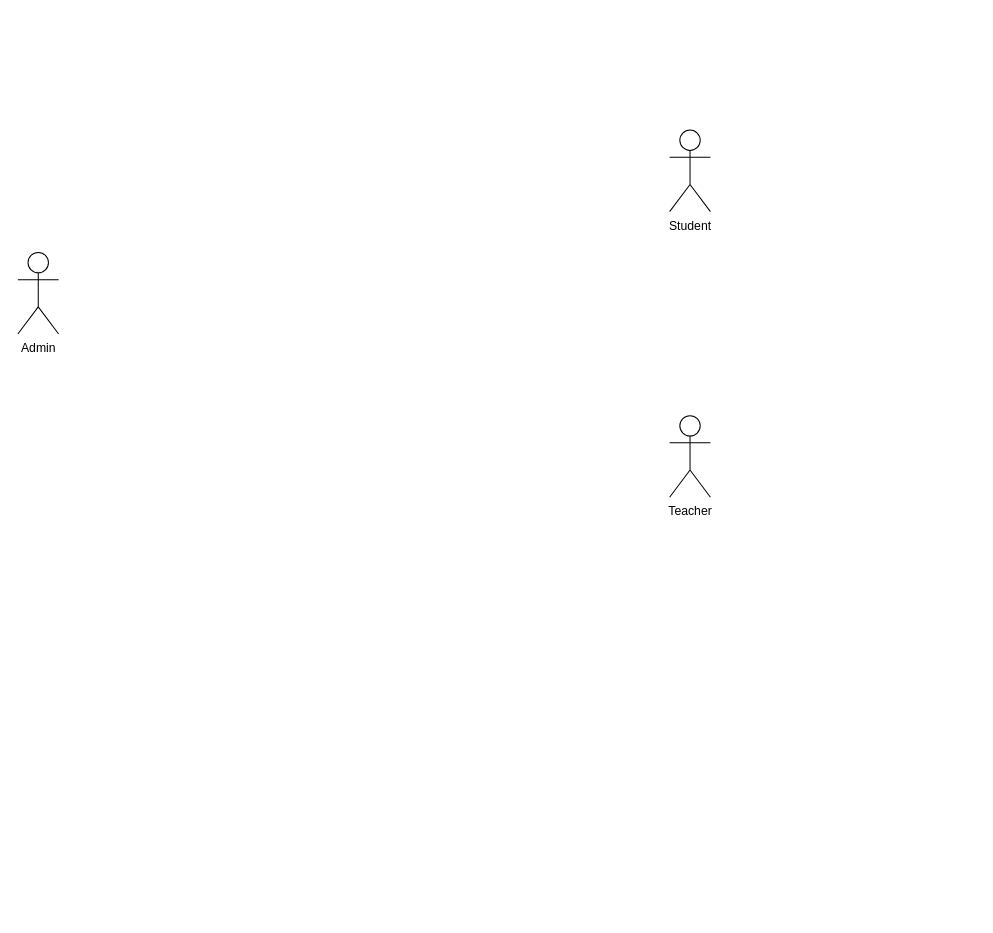
This is UseCase.drawio from Dulara-Akalanka/Group-Software-Project, a draw.io file, before an edit. Source tidied: cells renumbered, new cells numbered last; positions are measured from the earlier drawing's top-left corner, leaving out a move shared by most shapes. Both pictures are drawn from the tidied source at 102%, with x=0, y=0 at pixel (17, 130).
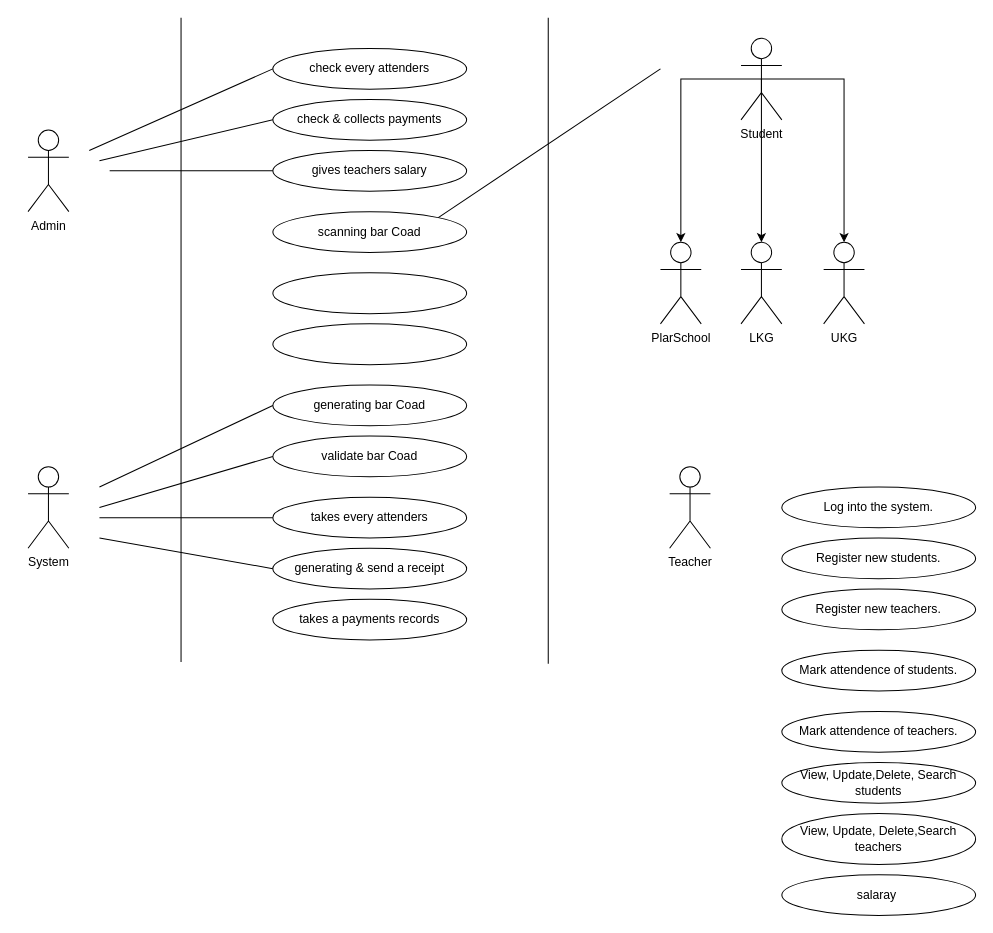
After the change.

What changed in the source:
```diff
@@
     <mxCell id="2" value="Admin" style="shape=umlActor;verticalLabelPosition=bottom;verticalAlign=top;html=1;" parent="1" vertex="1">
-      <mxGeometry y="120" width="40" height="80" as="geometry" />
+      <mxGeometry x="10" width="40" height="80" as="geometry" />
     </mxCell>
     <mxCell id="3" value="Teacher" style="shape=umlActor;verticalLabelPosition=bottom;verticalAlign=top;html=1;" parent="1" vertex="1">
-      <mxGeometry x="639" y="280" width="40" height="80" as="geometry" />
+      <mxGeometry x="639" y="330" width="40" height="80" as="geometry" />
     </mxCell>
+    <mxCell id="5" value="check every attenders" style="ellipse;whiteSpace=wrap;html=1;" parent="1" vertex="1">
+      <mxGeometry x="250" y="-80" width="190" height="40" as="geometry" />
+    </mxCell>
+    <mxCell id="6" value="check &amp;amp; collects payments" style="ellipse;whiteSpace=wrap;html=1;" parent="1" vertex="1">
+      <mxGeometry x="250" y="-30" width="190" height="40" as="geometry" />
+    </mxCell>
+    <mxCell id="7" value="gives teachers salary" style="ellipse;whiteSpace=wrap;html=1;" parent="1" vertex="1">
+      <mxGeometry x="250" y="20" width="190" height="40" as="geometry" />
+    </mxCell>
+    <mxCell id="8" value="scanning bar Coad" style="ellipse;whiteSpace=wrap;html=1;" parent="1" vertex="1">
+      <mxGeometry x="250" y="80" width="190" height="40" as="geometry" />
+    </mxCell>
+    <mxCell id="9" style="ellipse;whiteSpace=wrap;html=1;" parent="1" vertex="1">
+      <mxGeometry x="250" y="140" width="190" height="40" as="geometry" />
+    </mxCell>
+    <mxCell id="10" style="ellipse;whiteSpace=wrap;html=1;" parent="1" vertex="1">
+      <mxGeometry x="250" y="190" width="190" height="40" as="geometry" />
+    </mxCell>
+    <mxCell id="11" value="generating bar Coad" style="ellipse;whiteSpace=wrap;html=1;" parent="1" vertex="1">
+      <mxGeometry x="250" y="250" width="190" height="40" as="geometry" />
+    </mxCell>
+    <mxCell id="12" value="validate bar Coad" style="ellipse;whiteSpace=wrap;html=1;" parent="1" vertex="1">
+      <mxGeometry x="250" y="300" width="190" height="40" as="geometry" />
+    </mxCell>
+    <mxCell id="13" value="takes every attenders" style="ellipse;whiteSpace=wrap;html=1;" parent="1" vertex="1">
+      <mxGeometry x="250" y="360" width="190" height="40" as="geometry" />
+    </mxCell>
+    <mxCell id="14" value="System" style="shape=umlActor;verticalLabelPosition=bottom;verticalAlign=top;html=1;" parent="1" vertex="1">
+      <mxGeometry x="10" y="330" width="40" height="80" as="geometry" />
+    </mxCell>
+    <mxCell id="15" value="generating &amp;amp; send a receipt" style="ellipse;whiteSpace=wrap;html=1;" parent="1" vertex="1">
+      <mxGeometry x="250" y="410" width="190" height="40" as="geometry" />
+    </mxCell>
+    <mxCell id="16" style="endArrow=none;html=1;rounded=0;" parent="1" edge="1">
+      <mxGeometry relative="1" as="geometry">
+        <mxPoint x="160" y="521.6" as="sourcePoint" />
+        <mxPoint x="160" y="-110" as="targetPoint" />
+      </mxGeometry>
+    </mxCell>
+    <mxCell id="17" style="endArrow=none;html=1;rounded=0;" parent="1" edge="1">
+      <mxGeometry relative="1" as="geometry">
+        <mxPoint x="520" y="523.2" as="sourcePoint" />
+        <mxPoint x="520" y="-110" as="targetPoint" />
+      </mxGeometry>
+    </mxCell>
+    <mxCell id="18" style="endArrow=none;html=1;rounded=0;entryX=0;entryY=0.5;entryDx=0;entryDy=0;" parent="1" edge="1" target="11">
+      <mxGeometry relative="1" as="geometry">
+        <mxPoint x="80" y="350" as="sourcePoint" />
+      </mxGeometry>
+    </mxCell>
+    <mxCell id="19" style="endArrow=none;html=1;rounded=0;entryX=0;entryY=0.5;entryDx=0;entryDy=0;" parent="1" edge="1" target="15">
+      <mxGeometry relative="1" as="geometry">
+        <mxPoint x="80" y="400" as="sourcePoint" />
+      </mxGeometry>
+    </mxCell>
+    <mxCell id="20" style="endArrow=none;html=1;rounded=0;entryX=0;entryY=0.5;entryDx=0;entryDy=0;" parent="1" edge="1" target="5">
+      <mxGeometry relative="1" as="geometry">
+        <mxPoint x="70" y="20" as="sourcePoint" />
+      </mxGeometry>
+    </mxCell>
+    <mxCell id="21" style="endArrow=none;html=1;rounded=0;entryX=0;entryY=0.5;entryDx=0;entryDy=0;" parent="1" edge="1" target="6">
+      <mxGeometry relative="1" as="geometry">
+        <mxPoint x="80" y="30" as="sourcePoint" />
+      </mxGeometry>
+    </mxCell>
+    <mxCell id="22" style="endArrow=none;html=1;rounded=0;entryX=0;entryY=0.5;entryDx=0;entryDy=0;" parent="1" edge="1" target="7">
+      <mxGeometry relative="1" as="geometry">
+        <mxPoint x="90" y="40" as="sourcePoint" />
+      </mxGeometry>
+    </mxCell>
+    <mxCell id="23" style="endArrow=none;html=1;rounded=0;entryX=0;entryY=0.5;entryDx=0;entryDy=0;" parent="1" edge="1" target="12">
+      <mxGeometry relative="1" as="geometry">
+        <mxPoint x="80" y="370" as="sourcePoint" />
+      </mxGeometry>
+    </mxCell>
+    <mxCell id="24" style="endArrow=none;html=1;rounded=0;entryX=0;entryY=0.5;entryDx=0;entryDy=0;" parent="1" edge="1" target="13">
+      <mxGeometry relative="1" as="geometry">
+        <mxPoint x="80" y="380" as="sourcePoint" />
+      </mxGeometry>
+    </mxCell>
+    <mxCell id="25" style="endArrow=none;html=1;rounded=0;exitX=1;exitY=0;exitDx=0;exitDy=0;" parent="1" edge="1" source="8">
+      <mxGeometry relative="1" as="geometry">
+        <mxPoint x="630" y="-60" as="targetPoint" />
+      </mxGeometry>
+    </mxCell>
+    <mxCell id="26" value="takes a payments records" style="ellipse;whiteSpace=wrap;html=1;" parent="1" vertex="1">
+      <mxGeometry x="250" y="460" width="190" height="40" as="geometry" />
+    </mxCell>
+    <mxCell id="27" style="edgeStyle=orthogonalEdgeStyle;rounded=0;jettySize=auto;html=1;exitX=0.5;exitY=0.5;exitDx=0;exitDy=0;exitPerimeter=0;entryX=0.5;entryY=0;entryDx=0;entryDy=0;entryPerimeter=0;" parent="1" edge="1" source="4" target="30">
+      <mxGeometry relative="1" as="geometry" />
+    </mxCell>
+    <mxCell id="28" style="edgeStyle=orthogonalEdgeStyle;rounded=0;jettySize=auto;html=1;exitX=0.5;exitY=0.5;exitDx=0;exitDy=0;exitPerimeter=0;entryX=0.5;entryY=0;entryDx=0;entryDy=0;entryPerimeter=0;" parent="1" edge="1" source="4" target="31">
+      <mxGeometry relative="1" as="geometry" />
+    </mxCell>
+    <mxCell id="29" style="edgeStyle=orthogonalEdgeStyle;rounded=0;jettySize=auto;html=1;exitX=0.5;exitY=0.5;exitDx=0;exitDy=0;exitPerimeter=0;entryX=0.5;entryY=0;entryDx=0;entryDy=0;entryPerimeter=0;" parent="1" edge="1" source="4" target="32">
+      <mxGeometry relative="1" as="geometry" />
+    </mxCell>
     <mxCell id="4" value="Student" style="shape=umlActor;verticalLabelPosition=bottom;verticalAlign=top;html=1;" parent="1" vertex="1">
-      <mxGeometry x="639" width="40" height="80" as="geometry" />
+      <mxGeometry x="709" y="-90" width="40" height="80" as="geometry" />
     </mxCell>
+    <mxCell id="30" value="PlarSchool" style="shape=umlActor;verticalLabelPosition=bottom;verticalAlign=top;html=1;" parent="1" vertex="1">
+      <mxGeometry x="630" y="110" width="40" height="80" as="geometry" />
+    </mxCell>
+    <mxCell id="31" value="LKG" style="shape=umlActor;verticalLabelPosition=bottom;verticalAlign=top;html=1;" parent="1" vertex="1">
+      <mxGeometry x="709" y="110" width="40" height="80" as="geometry" />
+    </mxCell>
+    <mxCell id="32" value="UKG" style="shape=umlActor;verticalLabelPosition=bottom;verticalAlign=top;html=1;" parent="1" vertex="1">
+      <mxGeometry x="790" y="110" width="40" height="80" as="geometry" />
+    </mxCell>
+    <mxCell id="33" value="Log into the system." style="ellipse;whiteSpace=wrap;html=1;" parent="1" vertex="1">
+      <mxGeometry x="749" y="350" width="190" height="40" as="geometry" />
+    </mxCell>
+    <mxCell id="34" value="Register new students." style="ellipse;whiteSpace=wrap;html=1;" parent="1" vertex="1">
+      <mxGeometry x="749" y="400" width="190" height="40" as="geometry" />
+    </mxCell>
+    <mxCell id="35" value="Register new teachers." style="ellipse;whiteSpace=wrap;html=1;" parent="1" vertex="1">
+      <mxGeometry x="749" y="450" width="190" height="40" as="geometry" />
+    </mxCell>
+    <mxCell id="36" value="Mark attendence of students." style="ellipse;whiteSpace=wrap;html=1;" parent="1" vertex="1">
+      <mxGeometry x="749" y="510" width="190" height="40" as="geometry" />
+    </mxCell>
+    <mxCell id="37" value="Mark attendence of teachers." style="ellipse;whiteSpace=wrap;html=1;" parent="1" vertex="1">
+      <mxGeometry x="749" y="570" width="190" height="40" as="geometry" />
+    </mxCell>
+    <mxCell id="38" value="View, Update,Delete, Search students" style="ellipse;whiteSpace=wrap;html=1;" parent="1" vertex="1">
+      <mxGeometry x="749" y="620" width="190" height="40" as="geometry" />
+    </mxCell>
+    <mxCell id="39" value="View, Update, Delete,Search teachers" style="ellipse;whiteSpace=wrap;html=1;" parent="1" vertex="1">
+      <mxGeometry x="749" y="670" width="190" height="50" as="geometry" />
+    </mxCell>
+    <mxCell id="40" value="salaray&amp;nbsp;" style="ellipse;whiteSpace=wrap;html=1;" parent="1" vertex="1">
+      <mxGeometry x="749" y="730" width="190" height="40" as="geometry" />
+    </mxCell>
```
